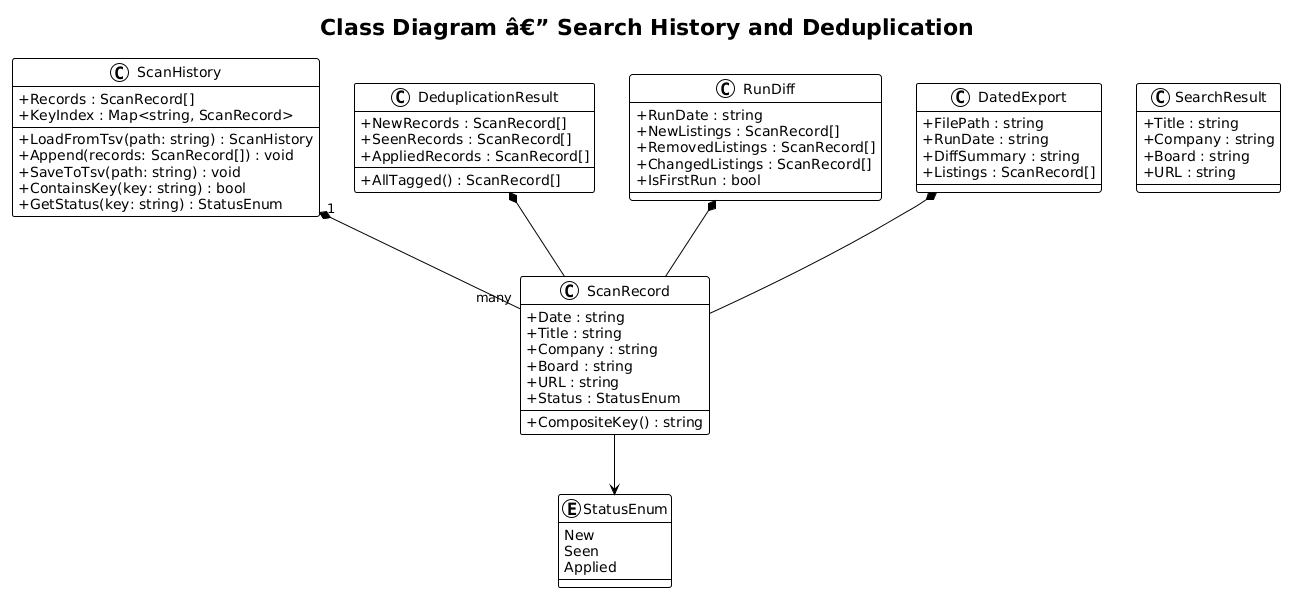
Before: docs/detailed-designs/06-search-history-and-deduplication/diagrams/class_diagram.png, a diagram exported from PlantUML (QuinntyneBrown/Orbit).
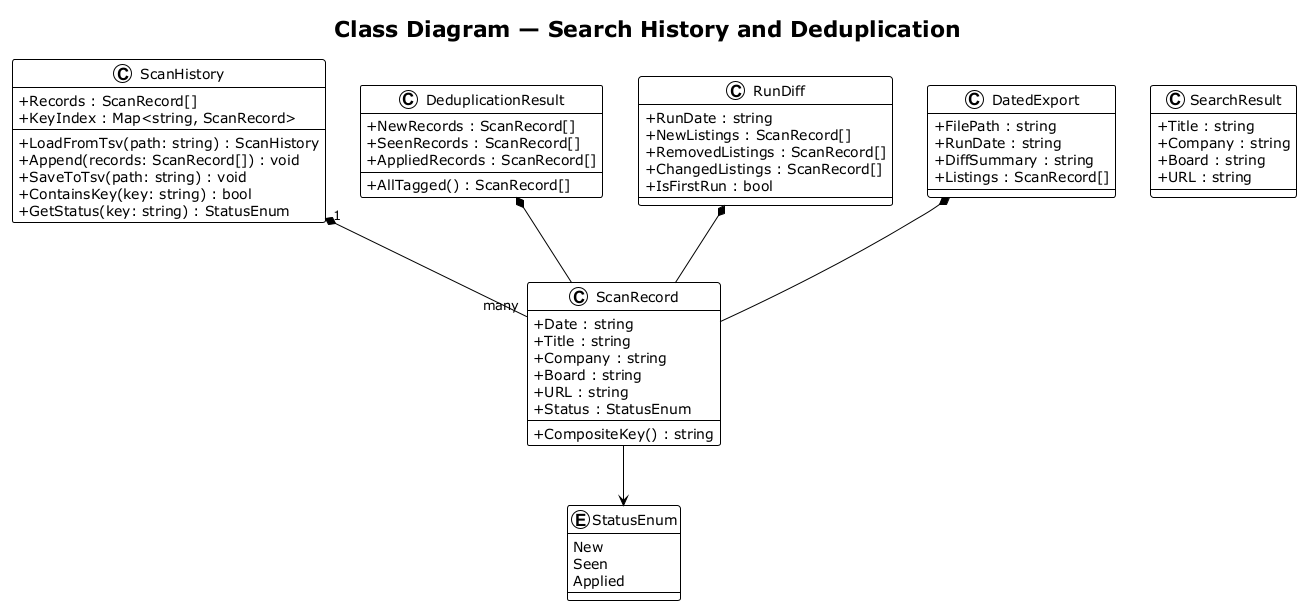
After the commit.

Change to the diagram source:
```diff
@@ -1,8 +1,8 @@
-@startuml
+@startuml class_diagram
 !theme plain
 skinparam classAttributeIconSize 0
 
-title Class Diagram â€” Search History and Deduplication
+title Class Diagram — Search History and Deduplication
 
 class ScanRecord {
     +Date : string
@@ -64,4 +64,5 @@
 DeduplicationResult *-- ScanRecord
 RunDiff *-- ScanRecord
 DatedExport *-- ScanRecord
+
 @enduml
```
